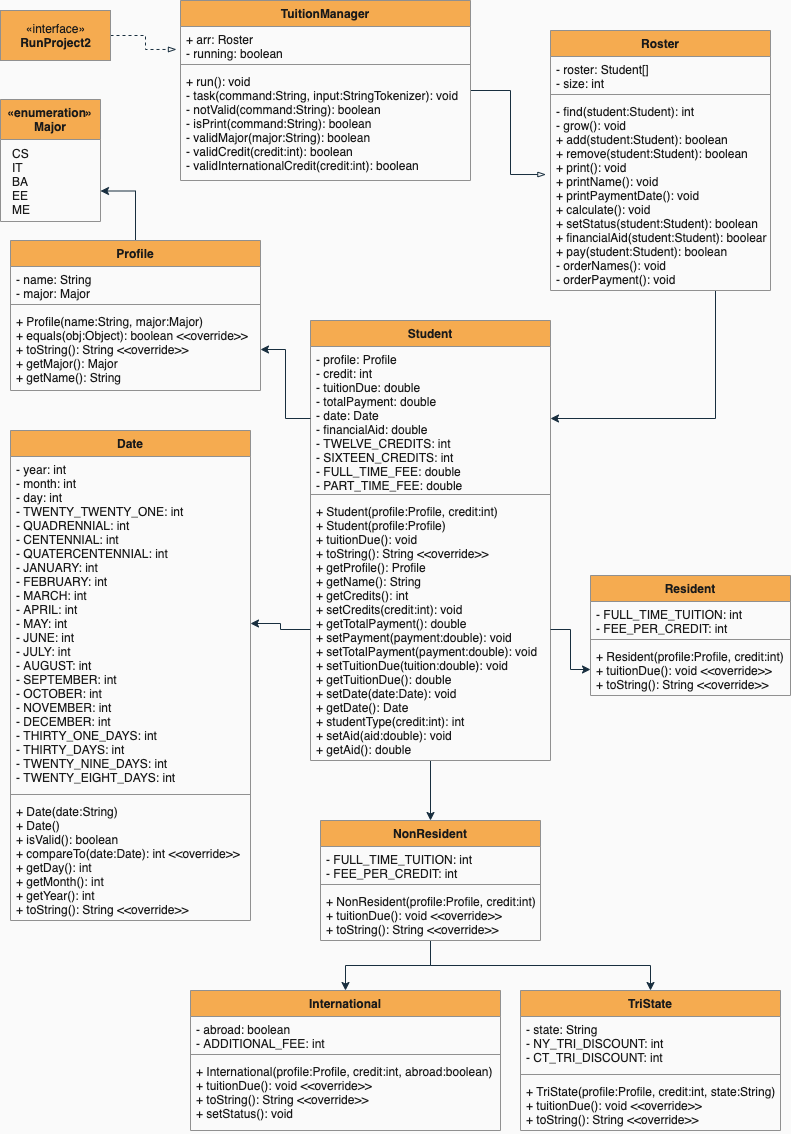
Earlier version of the draw.io export UMLDiagram.png (JDunich/Student-Tuition-API). Source tidied: cells renumbered, new cells last; positions are measured from the earlier drawing's top-left corner, leaving out a move shared by most shapes.
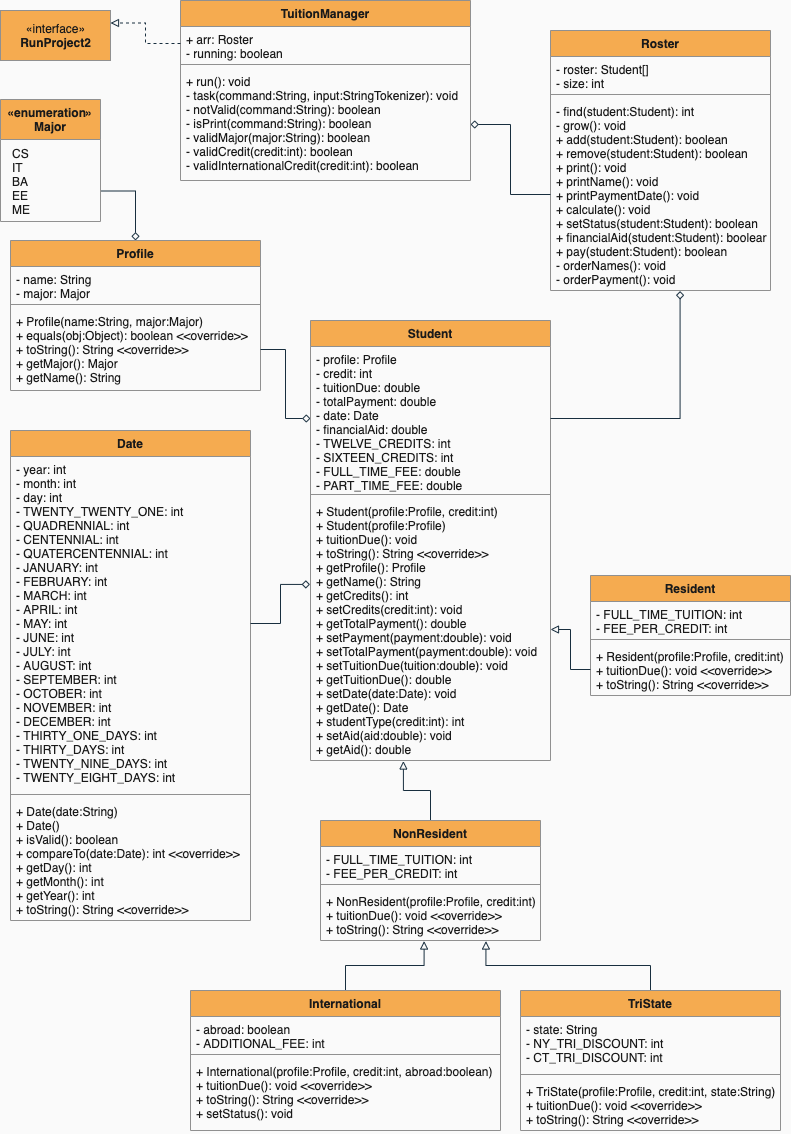
The same diagram one commit later.

Change to the diagram source:
```diff
@@ -2,15 +2,9 @@
   <root>
     <mxCell id="0" />
     <mxCell id="1" parent="0" />
-    <mxCell id="2" style="edgeStyle=orthogonalEdgeStyle;rounded=0;jettySize=auto;html=1;exitX=1;exitY=0.5;exitDx=0;exitDy=0;entryX=-0.014;entryY=0.675;entryDx=0;entryDy=0;entryPerimeter=0;dashed=1;endArrow=blockThin;endFill=0;labelBackgroundColor=#EEEEEE;strokeColor=#182E3E;fontColor=#1A1A1A;" parent="1" edge="1" source="3" target="6">
-      <mxGeometry relative="1" as="geometry" />
-    </mxCell>
     <mxCell id="3" value="«interface»&lt;br&gt;&lt;b&gt;RunProject2&lt;/b&gt;" style="html=1;fillColor=#F5AB50;strokeColor=#909090;fontColor=#1A1A1A;" parent="1" vertex="1">
       <mxGeometry y="10" width="110" height="50" as="geometry" />
     </mxCell>
-    <mxCell id="4" style="edgeStyle=orthogonalEdgeStyle;rounded=0;jettySize=auto;html=1;entryX=-0.021;entryY=0.396;entryDx=0;entryDy=0;entryPerimeter=0;endArrow=blockThin;endFill=0;labelBackgroundColor=#EEEEEE;strokeColor=#182E3E;fontColor=#1A1A1A;" parent="1" edge="1" source="5" target="13">
-      <mxGeometry relative="1" as="geometry" />
-    </mxCell>
     <mxCell id="5" value="TuitionManager" style="swimlane;fontStyle=1;align=center;verticalAlign=top;horizontal=1;startSize=26;fillColor=#F5AB50;strokeColor=#909090;fontColor=#1A1A1A;" parent="1" vertex="1">
       <mxGeometry x="180" width="290" height="180" as="geometry" />
     </mxCell>
@@ -23,9 +17,6 @@
     <mxCell id="8" value="+ run(): void&#10;- task(command:String, input:StringTokenizer): void&#10;- notValid(command:String): boolean&#10;- isPrint(command:String): boolean&#10;- validMajor(major:String): boolean&#10;- validCredit(credit:int): boolean&#10;- validInternationalCredit(credit:int): boolean" style="text;strokeColor=none;fillColor=none;align=left;verticalAlign=top;spacingLeft=4;spacingRight=4;overflow=hidden;points=[[0,0.5],[1,0.5]];portConstraint=eastwest;fontColor=#1A1A1A;" parent="5" vertex="1">
       <mxGeometry y="68" width="290" height="112" as="geometry" />
     </mxCell>
-    <mxCell id="9" style="edgeStyle=orthogonalEdgeStyle;rounded=0;sketch=0;jettySize=auto;html=1;exitX=0.75;exitY=1;exitDx=0;exitDy=0;fontColor=#1A1A1A;strokeColor=#182E3E;" parent="1" edge="1" source="10" target="16">
-      <mxGeometry relative="1" as="geometry" />
-    </mxCell>
     <mxCell id="10" value="Roster" style="swimlane;fontStyle=1;align=center;verticalAlign=top;horizontal=1;startSize=26;fillColor=#F5AB50;strokeColor=#909090;fontColor=#1A1A1A;" parent="1" vertex="1">
       <mxGeometry x="550" y="30" width="220" height="260" as="geometry" />
     </mxCell>
@@ -38,9 +29,6 @@
     <mxCell id="13" value="- find(student:Student): int&#10;- grow(): void&#10;+ add(student:Student): boolean&#10;+ remove(student:Student): boolean&#10;+ print(): void&#10;+ printName(): void&#10;+ printPaymentDate(): void&#10;+ calculate(): void&#10;+ setStatus(student:Student): boolean&#10;+ financialAid(student:Student): boolean&#10;+ pay(student:Student): boolean&#10;- orderNames(): void&#10;- orderPayment(): void&#10;" style="text;strokeColor=none;fillColor=none;align=left;verticalAlign=top;spacingLeft=4;spacingRight=4;overflow=hidden;points=[[0,0.5],[1,0.5]];portConstraint=eastwest;fontColor=#1A1A1A;" parent="10" vertex="1">
       <mxGeometry y="68" width="220" height="192" as="geometry" />
     </mxCell>
-    <mxCell id="14" style="edgeStyle=orthogonalEdgeStyle;rounded=0;sketch=0;jettySize=auto;html=1;fontColor=#1A1A1A;strokeColor=#182E3E;" parent="1" edge="1" source="15" target="38">
-      <mxGeometry relative="1" as="geometry" />
-    </mxCell>
     <mxCell id="15" value="Student" style="swimlane;fontStyle=1;align=center;verticalAlign=top;horizontal=1;startSize=26;fillColor=#F5AB50;strokeColor=#909090;fontColor=#1A1A1A;" parent="1" vertex="1">
       <mxGeometry x="310" y="320" width="240" height="440" as="geometry" />
     </mxCell>
@@ -53,9 +41,6 @@
     <mxCell id="18" value="+ Student(profile:Profile, credit:int)&#10;+ Student(profile:Profile)&#10;+ tuitionDue(): void&#10;+ toString(): String &lt;&lt;override&gt;&gt;&#10;+ getProfile(): Profile&#10;+ getName(): String&#10;+ getCredits(): int&#10;+ setCredits(credit:int): void&#10;+ getTotalPayment(): double&#10;+ setPayment(payment:double): void&#10;+ setTotalPayment(payment:double): void&#10;+ setTuitionDue(tuition:double): void&#10;+ getTuitionDue(): double&#10;+ setDate(date:Date): void&#10;+ getDate(): Date&#10;+ studentType(credit:int): int&#10;+ setAid(aid:double): void&#10;+ getAid(): double" style="text;strokeColor=none;fillColor=none;align=left;verticalAlign=top;spacingLeft=4;spacingRight=4;overflow=hidden;points=[[0,0.5],[1,0.5]];portConstraint=eastwest;fontColor=#1A1A1A;" parent="15" vertex="1">
       <mxGeometry y="178" width="240" height="262" as="geometry" />
     </mxCell>
-    <mxCell id="19" style="edgeStyle=orthogonalEdgeStyle;rounded=0;sketch=0;jettySize=auto;html=1;entryX=1;entryY=0.75;entryDx=0;entryDy=0;fontColor=#1A1A1A;strokeColor=#182E3E;" parent="1" edge="1" source="20" target="30">
-      <mxGeometry relative="1" as="geometry" />
-    </mxCell>
     <mxCell id="20" value="Profile" style="swimlane;fontStyle=1;align=center;verticalAlign=top;horizontal=1;startSize=26;fillColor=#F5AB50;strokeColor=#909090;fontColor=#1A1A1A;" parent="1" vertex="1">
       <mxGeometry x="10" y="240" width="250" height="150" as="geometry" />
     </mxCell>
@@ -80,12 +65,9 @@
     <mxCell id="27" value="+ Date(date:String)&#10;+ Date()&#10;+ isValid(): boolean&#10;+ compareTo(date:Date): int &lt;&lt;override&gt;&gt;&#10;+ getDay(): int&#10;+ getMonth(): int&#10;+ getYear(): int&#10;+ toString(): String &lt;&lt;override&gt;&gt;" style="text;strokeColor=none;fillColor=none;align=left;verticalAlign=top;spacingLeft=4;spacingRight=4;overflow=hidden;fontColor=#1A1A1A;" parent="24" vertex="1">
       <mxGeometry y="368" width="240" height="122" as="geometry" />
     </mxCell>
-    <mxCell id="28" style="edgeStyle=orthogonalEdgeStyle;rounded=0;sketch=0;jettySize=auto;html=1;exitX=0;exitY=0.5;exitDx=0;exitDy=0;fontColor=#1A1A1A;strokeColor=#182E3E;" parent="1" edge="1" source="16" target="23">
-      <mxGeometry relative="1" as="geometry" />
-    </mxCell>
-    <mxCell id="29" style="edgeStyle=orthogonalEdgeStyle;rounded=0;sketch=0;jettySize=auto;html=1;exitX=0;exitY=0.5;exitDx=0;exitDy=0;fontColor=#1A1A1A;strokeColor=#182E3E;" parent="1" edge="1" source="18" target="25">
-      <mxGeometry relative="1" as="geometry" />
-    </mxCell>
+    <mxCell id="51" style="edgeStyle=orthogonalEdgeStyle;rounded=0;sketch=0;jettySize=auto;html=1;exitX=1;exitY=0.75;exitDx=0;exitDy=0;fontColor=#1A1A1A;endArrow=diamond;endFill=0;strokeColor=#182E3E;" parent="1" edge="1" source="30" target="20">
+      <mxGeometry relative="1" as="geometry" />
+    </mxCell>
     <mxCell id="30" value="«enumeration»&#10;Major" style="swimlane;rounded=0;sketch=0;fontColor=#1A1A1A;strokeColor=#909090;fillColor=#F5AB50;startSize=40;" parent="1" vertex="1">
       <mxGeometry y="99" width="100" height="122" as="geometry" />
     </mxCell>
@@ -104,12 +86,9 @@
     <mxCell id="35" value="+ Resident(profile:Profile, credit:int)&#10;+ tuitionDue(): void &lt;&lt;override&gt;&gt;&#10;+ toString(): String &lt;&lt;override&gt;&gt;" style="text;strokeColor=none;fillColor=none;align=left;verticalAlign=top;spacingLeft=4;spacingRight=4;overflow=hidden;points=[[0,0.5],[1,0.5]];portConstraint=eastwest;fontColor=#1A1A1A;" parent="32" vertex="1">
       <mxGeometry y="68" width="200" height="52" as="geometry" />
     </mxCell>
-    <mxCell id="36" style="edgeStyle=orthogonalEdgeStyle;rounded=0;sketch=0;jettySize=auto;html=1;fontColor=#1A1A1A;strokeColor=#182E3E;" parent="1" edge="1" source="38" target="46">
-      <mxGeometry relative="1" as="geometry" />
-    </mxCell>
-    <mxCell id="37" style="edgeStyle=orthogonalEdgeStyle;rounded=0;sketch=0;jettySize=auto;html=1;entryX=0.5;entryY=0;entryDx=0;entryDy=0;fontColor=#1A1A1A;strokeColor=#182E3E;" parent="1" edge="1" source="38" target="42">
-      <mxGeometry relative="1" as="geometry" />
-    </mxCell>
+    <mxCell id="52" style="edgeStyle=orthogonalEdgeStyle;rounded=0;sketch=0;jettySize=auto;html=1;exitX=0.5;exitY=0;exitDx=0;exitDy=0;entryX=0.387;entryY=1.002;entryDx=0;entryDy=0;entryPerimeter=0;fontColor=#1A1A1A;endArrow=block;endFill=0;strokeColor=#182E3E;" parent="1" edge="1" source="38" target="18">
+      <mxGeometry relative="1" as="geometry" />
+    </mxCell>
     <mxCell id="38" value="NonResident" style="swimlane;fontStyle=1;align=center;verticalAlign=top;horizontal=1;startSize=26;fillColor=#F5AB50;strokeColor=#909090;fontColor=#1A1A1A;" parent="1" vertex="1">
       <mxGeometry x="320" y="820" width="220" height="120" as="geometry" />
     </mxCell>
@@ -122,6 +101,9 @@
     <mxCell id="41" value="+ NonResident(profile:Profile, credit:int)&#10;+ tuitionDue(): void &lt;&lt;override&gt;&gt;&#10;+ toString(): String &lt;&lt;override&gt;&gt;" style="text;strokeColor=none;fillColor=none;align=left;verticalAlign=top;spacingLeft=4;spacingRight=4;overflow=hidden;points=[[0,0.5],[1,0.5]];portConstraint=eastwest;fontColor=#1A1A1A;" parent="38" vertex="1">
       <mxGeometry y="68" width="220" height="52" as="geometry" />
     </mxCell>
+    <mxCell id="53" style="edgeStyle=orthogonalEdgeStyle;rounded=0;sketch=0;jettySize=auto;html=1;exitX=0.5;exitY=0;exitDx=0;exitDy=0;entryX=0.752;entryY=1.01;entryDx=0;entryDy=0;entryPerimeter=0;fontColor=#1A1A1A;endArrow=block;endFill=0;strokeColor=#182E3E;" parent="1" edge="1" source="42" target="41">
+      <mxGeometry relative="1" as="geometry" />
+    </mxCell>
     <mxCell id="42" value="TriState" style="swimlane;fontStyle=1;align=center;verticalAlign=top;horizontal=1;startSize=26;fillColor=#F5AB50;strokeColor=#909090;fontColor=#1A1A1A;" parent="1" vertex="1">
       <mxGeometry x="520" y="990" width="260" height="140" as="geometry" />
     </mxCell>
@@ -134,6 +116,9 @@
     <mxCell id="45" value="+ TriState(profile:Profile, credit:int, state:String)&#10;+ tuitionDue(): void &lt;&lt;override&gt;&gt;&#10;+ toString(): String &lt;&lt;override&gt;&gt;" style="text;strokeColor=none;fillColor=none;align=left;verticalAlign=top;spacingLeft=4;spacingRight=4;overflow=hidden;fontColor=#1A1A1A;" parent="42" vertex="1">
       <mxGeometry y="88" width="260" height="52" as="geometry" />
     </mxCell>
+    <mxCell id="54" style="edgeStyle=orthogonalEdgeStyle;rounded=0;sketch=0;jettySize=auto;html=1;exitX=0.5;exitY=0;exitDx=0;exitDy=0;entryX=0.471;entryY=1.01;entryDx=0;entryDy=0;entryPerimeter=0;fontColor=#1A1A1A;endArrow=block;endFill=0;strokeColor=#182E3E;" parent="1" edge="1" source="46" target="41">
+      <mxGeometry relative="1" as="geometry" />
+    </mxCell>
     <mxCell id="46" value="International" style="swimlane;fontStyle=1;align=center;verticalAlign=top;horizontal=1;startSize=26;fillColor=#F5AB50;strokeColor=#909090;fontColor=#1A1A1A;" parent="1" vertex="1">
       <mxGeometry x="190" y="990" width="310" height="140" as="geometry" />
     </mxCell>
@@ -146,8 +131,23 @@
     <mxCell id="49" value="+ International(profile:Profile, credit:int, abroad:boolean)&#10;+ tuitionDue(): void &lt;&lt;override&gt;&gt;&#10;+ toString(): String &lt;&lt;override&gt;&gt;&#10;+ setStatus(): void" style="text;strokeColor=none;fillColor=none;align=left;verticalAlign=top;spacingLeft=4;spacingRight=4;overflow=hidden;fontColor=#1A1A1A;" parent="46" vertex="1">
       <mxGeometry y="68" width="310" height="72" as="geometry" />
     </mxCell>
-    <mxCell id="50" style="edgeStyle=orthogonalEdgeStyle;rounded=0;sketch=0;jettySize=auto;html=1;exitX=1;exitY=0.5;exitDx=0;exitDy=0;fontColor=#1A1A1A;strokeColor=#182E3E;" parent="1" edge="1" source="18" target="35">
-      <mxGeometry relative="1" as="geometry" />
-    </mxCell>
+    <mxCell id="55" style="edgeStyle=orthogonalEdgeStyle;rounded=0;sketch=0;jettySize=auto;html=1;exitX=1;exitY=0.5;exitDx=0;exitDy=0;fontColor=#1A1A1A;strokeColor=#182E3E;endArrow=diamond;endFill=0;" parent="1" edge="1" source="23" target="16">
+      <mxGeometry relative="1" as="geometry" />
+    </mxCell>
+    <mxCell id="56" style="edgeStyle=orthogonalEdgeStyle;rounded=0;sketch=0;jettySize=auto;html=1;entryX=-0.002;entryY=0.328;entryDx=0;entryDy=0;entryPerimeter=0;fontColor=#1A1A1A;endArrow=diamond;endFill=0;strokeColor=#182E3E;" parent="1" edge="1" source="25" target="18">
+      <mxGeometry relative="1" as="geometry" />
+    </mxCell>
+    <mxCell id="57" style="edgeStyle=orthogonalEdgeStyle;rounded=0;sketch=0;jettySize=auto;html=1;exitX=0;exitY=0.5;exitDx=0;exitDy=0;fontColor=#1A1A1A;endArrow=block;endFill=0;strokeColor=#182E3E;" parent="1" edge="1" source="35" target="18">
+      <mxGeometry relative="1" as="geometry" />
+    </mxCell>
+    <mxCell id="58" style="edgeStyle=orthogonalEdgeStyle;rounded=0;sketch=0;jettySize=auto;html=1;entryX=0.589;entryY=1.003;entryDx=0;entryDy=0;entryPerimeter=0;fontColor=#1A1A1A;endArrow=diamond;endFill=0;strokeColor=#182E3E;" parent="1" edge="1" source="16" target="13">
+      <mxGeometry relative="1" as="geometry" />
+    </mxCell>
+    <mxCell id="59" style="edgeStyle=orthogonalEdgeStyle;rounded=0;sketch=0;jettySize=auto;html=1;exitX=0;exitY=0.5;exitDx=0;exitDy=0;entryX=1;entryY=0.5;entryDx=0;entryDy=0;fontColor=#1A1A1A;endArrow=diamond;endFill=0;strokeColor=#182E3E;" parent="1" edge="1" source="13" target="8">
+      <mxGeometry relative="1" as="geometry" />
+    </mxCell>
+    <mxCell id="60" style="edgeStyle=orthogonalEdgeStyle;rounded=0;sketch=0;jettySize=auto;html=1;exitX=0;exitY=0.5;exitDx=0;exitDy=0;entryX=1;entryY=0.25;entryDx=0;entryDy=0;fontColor=#1A1A1A;endArrow=block;endFill=0;strokeColor=#182E3E;dashed=1;" parent="1" edge="1" source="6" target="3">
+      <mxGeometry relative="1" as="geometry" />
+    </mxCell>
   </root>
 </mxGraphModel>
```
